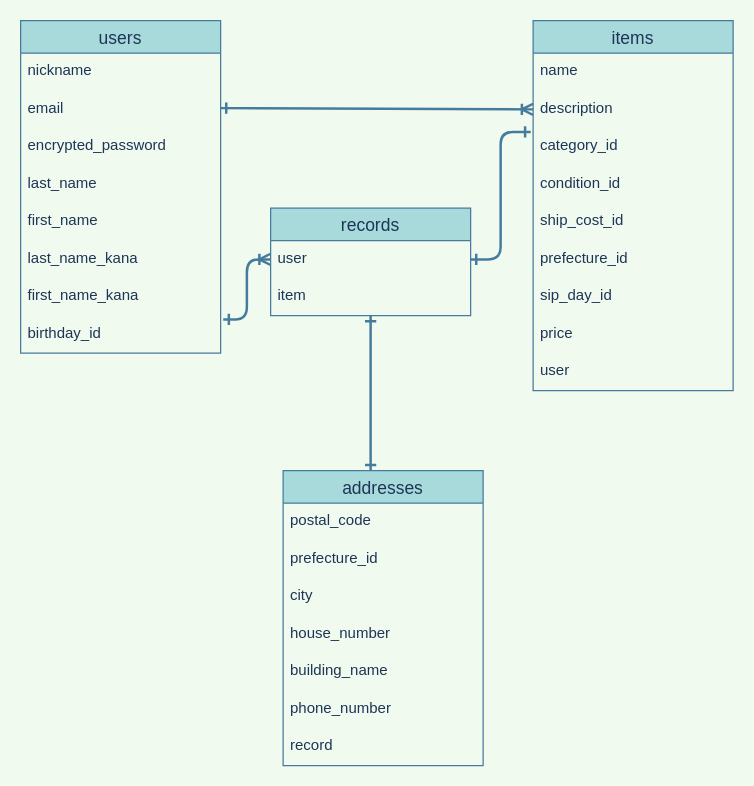
This is furima.dio from mita-youko/furima-35815, a draw.io file, before an edit. Source tidied: cells renumbered, new cells numbered last; positions are measured from the earlier drawing's top-left corner, leaving out a move shared by most shapes. Both pictures are drawn from the tidied source at 125%, with x=0, y=0 at pixel (20, 20).
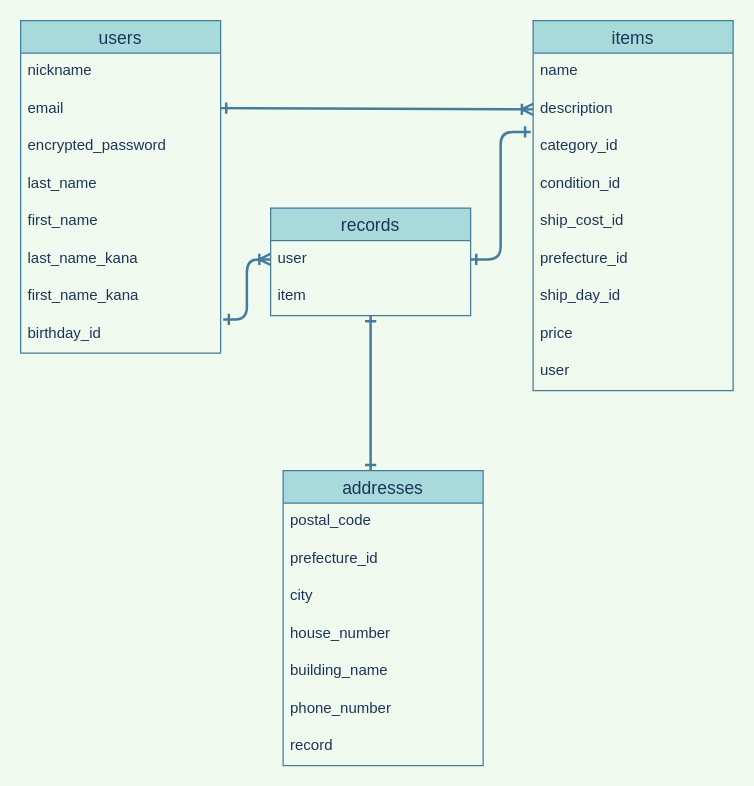
After the change.

Unchanged cells that the change refers to:
```xml
<mxCell id="11" value="items" style="swimlane;fontStyle=0;horizontal=1;startSize=26;align=center;fontSize=14;fillColor=#A8DADC;strokeColor=#457B9D;fontColor=#1D3557;" parent="1" vertex="1">
  <mxGeometry x="410" width="160" height="296" as="geometry" />
</mxCell>
```

Diff of the diagram source:
```diff
@@
-    <mxCell id="18" value="sip_day_id" style="text;strokeColor=none;fillColor=none;spacingLeft=4;spacingRight=4;overflow=hidden;fontSize=12;fontColor=#1D3557;" parent="11" vertex="1">
+    <mxCell id="18" value="ship_day_id" style="text;strokeColor=none;fillColor=none;spacingLeft=4;spacingRight=4;overflow=hidden;fontSize=12;fontColor=#1D3557;" parent="11" vertex="1">
       <mxGeometry y="206" width="160" height="30" as="geometry" />
     </mxCell>
```
